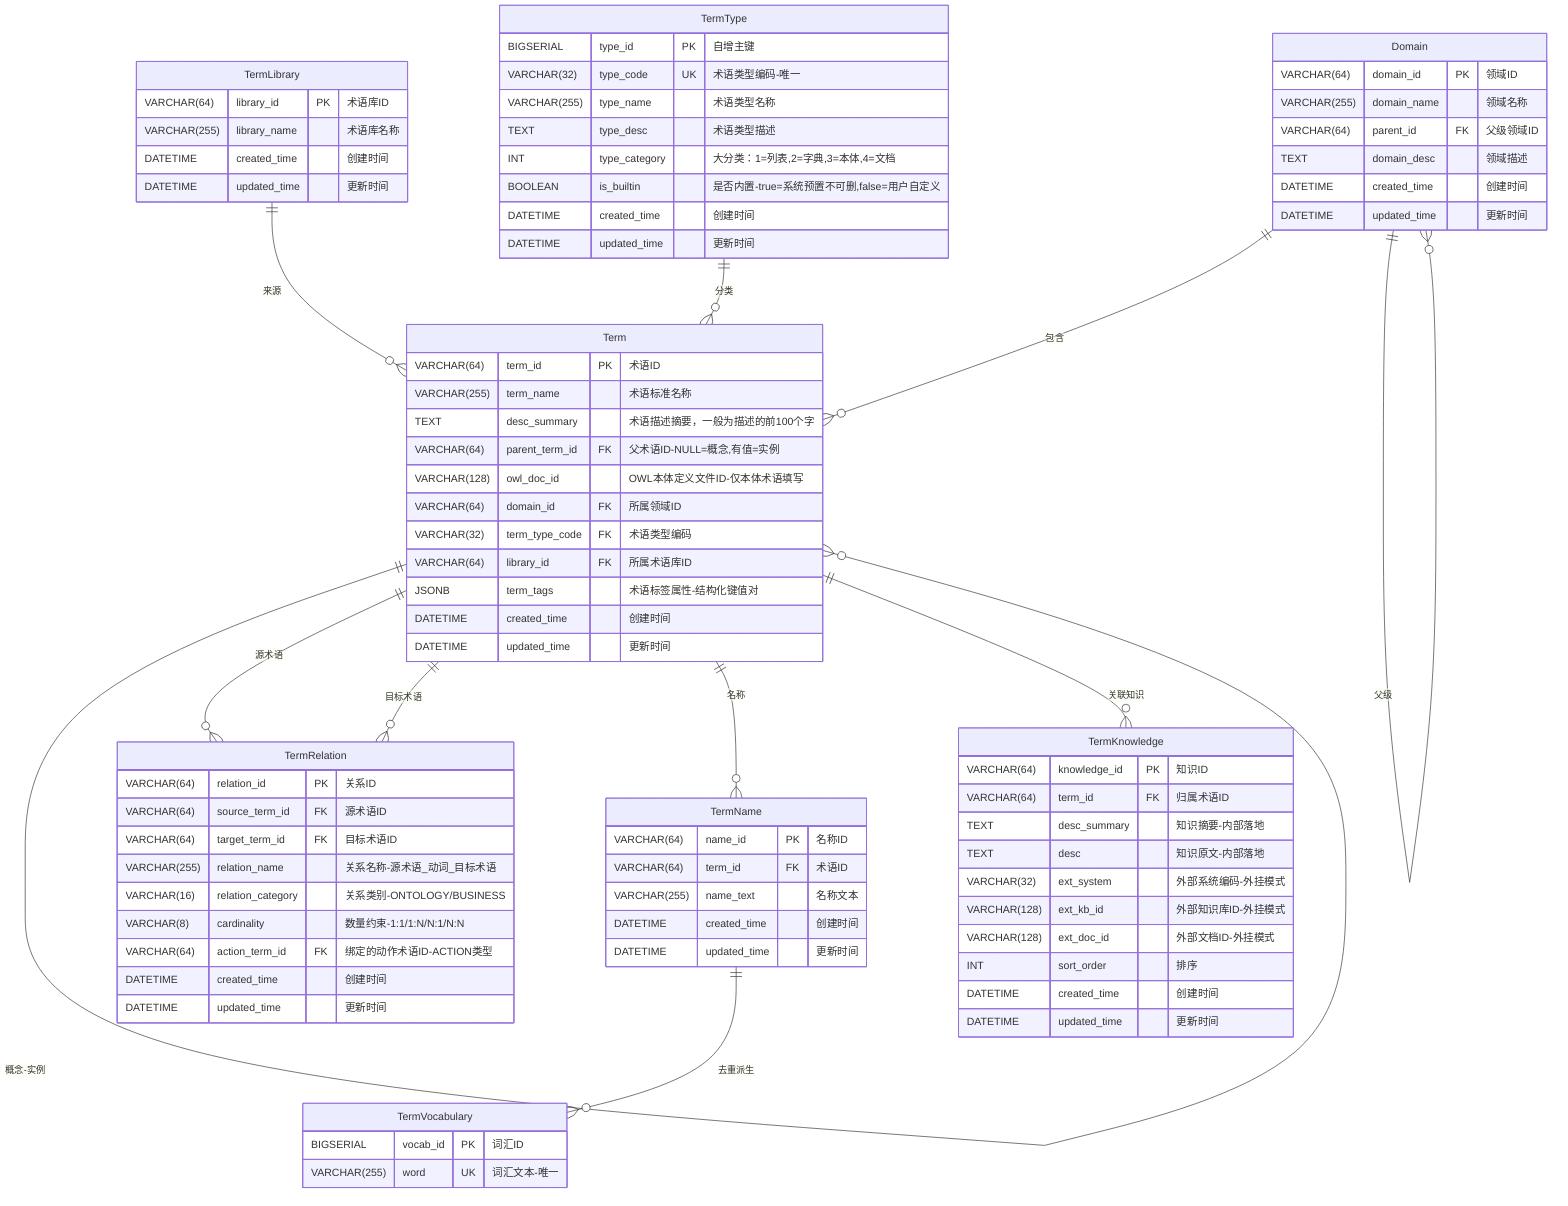
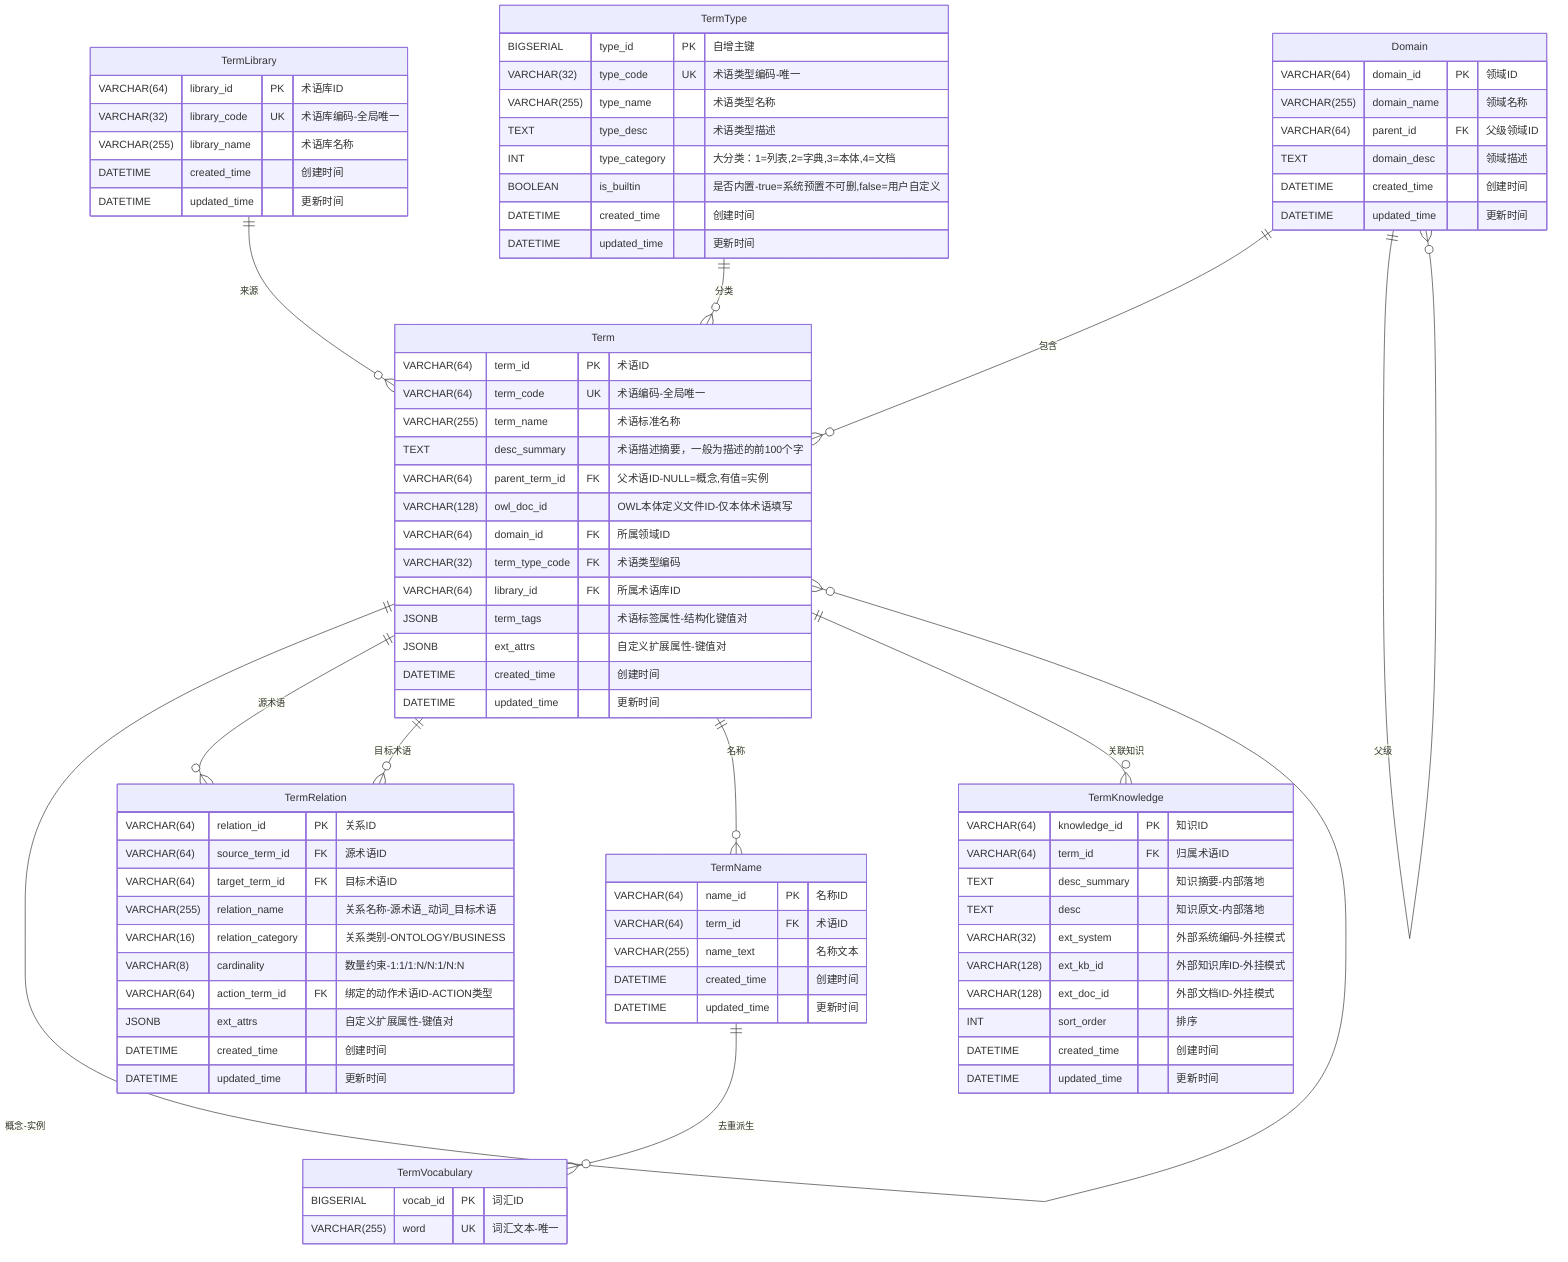
```mermaid
erDiagram
    TermLibrary ||--o{ Term : "来源"
    Domain ||--o{ Term : "包含"
    Domain ||--o{ Domain : "父级"
    TermType ||--o{ Term : "分类"
    Term ||--o{ Term : "概念-实例"
    Term ||--o{ TermRelation : "源术语"
    Term ||--o{ TermRelation : "目标术语"
    Term ||--o{ TermName : "名称"
    Term ||--o{ TermKnowledge : "关联知识"
    TermName ||--o{ TermVocabulary : "去重派生"

    Domain {
        VARCHAR(64) domain_id PK "领域ID"
        VARCHAR(255) domain_name "领域名称"
        VARCHAR(64) parent_id FK "父级领域ID"
        TEXT domain_desc "领域描述"
        DATETIME created_time "创建时间"
        DATETIME updated_time "更新时间"
    }

    TermType {
        BIGSERIAL type_id PK "自增主键"
        VARCHAR(32) type_code UK "术语类型编码-唯一"
        VARCHAR(255) type_name "术语类型名称"
        TEXT type_desc "术语类型描述"
        INT type_category "大分类：1=列表,2=字典,3=本体,4=文档"
        BOOLEAN is_builtin "是否内置-true=系统预置不可删,false=用户自定义"
        DATETIME created_time "创建时间"
        DATETIME updated_time "更新时间"
    }

    TermLibrary {
        VARCHAR(64) library_id PK "术语库ID"
+         VARCHAR(32) library_code UK "术语库编码-全局唯一"
        VARCHAR(255) library_name "术语库名称"
        DATETIME created_time "创建时间"
        DATETIME updated_time "更新时间"
    }

    Term {
        VARCHAR(64) term_id PK "术语ID"
+         VARCHAR(64) term_code UK "术语编码-全局唯一"
        VARCHAR(255) term_name "术语标准名称"
        TEXT desc_summary "术语描述摘要，一般为描述的前100个字"
        VARCHAR(64) parent_term_id FK "父术语ID-NULL=概念,有值=实例"
        VARCHAR(128) owl_doc_id "OWL本体定义文件ID-仅本体术语填写"
        VARCHAR(64) domain_id FK "所属领域ID"
        VARCHAR(32) term_type_code FK "术语类型编码"
        VARCHAR(64) library_id FK "所属术语库ID"
        JSONB term_tags "术语标签属性-结构化键值对"
+         JSONB ext_attrs "自定义扩展属性-键值对"
        DATETIME created_time "创建时间"
        DATETIME updated_time "更新时间"
    }

    TermKnowledge {
        VARCHAR(64) knowledge_id PK "知识ID"
        VARCHAR(64) term_id FK "归属术语ID"
        TEXT desc_summary "知识摘要-内部落地"
        TEXT desc "知识原文-内部落地"
        VARCHAR(32) ext_system "外部系统编码-外挂模式"
        VARCHAR(128) ext_kb_id "外部知识库ID-外挂模式"
        VARCHAR(128) ext_doc_id "外部文档ID-外挂模式"
        INT sort_order "排序"
        DATETIME created_time "创建时间"
        DATETIME updated_time "更新时间"
    }

    TermRelation {
        VARCHAR(64) relation_id PK "关系ID"
        VARCHAR(64) source_term_id FK "源术语ID"
        VARCHAR(64) target_term_id FK "目标术语ID"
        VARCHAR(255) relation_name "关系名称-源术语_动词_目标术语"
        VARCHAR(16) relation_category "关系类别-ONTOLOGY/BUSINESS"
        VARCHAR(8) cardinality "数量约束-1:1/1:N/N:1/N:N"
        VARCHAR(64) action_term_id FK "绑定的动作术语ID-ACTION类型"
+         JSONB ext_attrs "自定义扩展属性-键值对"
        DATETIME created_time "创建时间"
        DATETIME updated_time "更新时间"
    }

    TermName {
        VARCHAR(64) name_id PK "名称ID"
        VARCHAR(64) term_id FK "术语ID"
        VARCHAR(255) name_text "名称文本"
        DATETIME created_time "创建时间"
        DATETIME updated_time "更新时间"
    }

    TermVocabulary {
        BIGSERIAL vocab_id PK "词汇ID"
        VARCHAR(255) word UK "词汇文本-唯一"
    }
```
